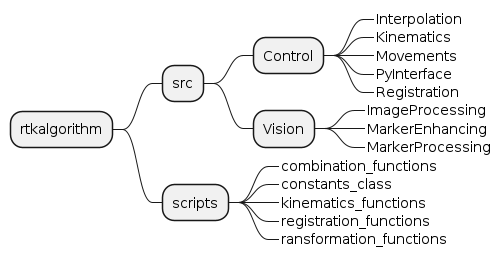
RobertDeBiro/Cpp_Programs keeps this PlantUML diagram as Companies/Ronna/Images/Diagrams/MindMaps/rtkalgorithm.png. Above is the earlier version.
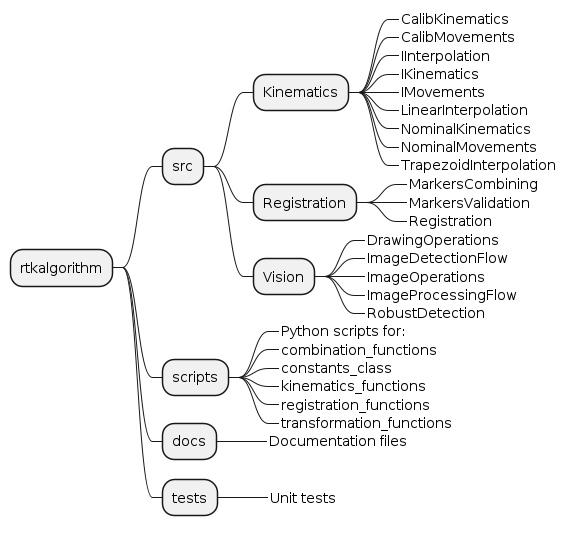
The same file after the commit.

Change to the diagram source:
```diff
@@ -3,21 +3,39 @@
 + rtkalgorithm
 
 ++ src
-+++ Control
-++++_ Interpolation
-++++_ Kinematics
-++++_ Movements
-++++_ PyInterface
++++ Kinematics
+++++_ CalibKinematics
+++++_ CalibMovements
+++++_ IInterpolation
+++++_ IKinematics
+++++_ IMovements
+++++_ LinearInterpolation
+++++_ NominalKinematics
+++++_ NominalMovements
+++++_ TrapezoidInterpolation
++++ Registration
+++++_ MarkersCombining
+++++_ MarkersValidation
 ++++_ Registration
 +++ Vision
-++++_ ImageProcessing
-++++_ MarkerEnhancing
-++++_ MarkerProcessing
+++++_ DrawingOperations
+++++_ ImageDetectionFlow
+++++_ ImageOperations
+++++_ ImageProcessingFlow
+++++_ RobustDetection
+
 ++ scripts
++++_ Python scripts for:
 +++_ combination_functions
 +++_ constants_class
 +++_ kinematics_functions
 +++_ registration_functions
-+++_ ransformation_functions
++++_ transformation_functions
+
+++ docs
++++_ Documentation files
+
+++ tests
++++_ Unit tests
 
 @endmindmap
```
